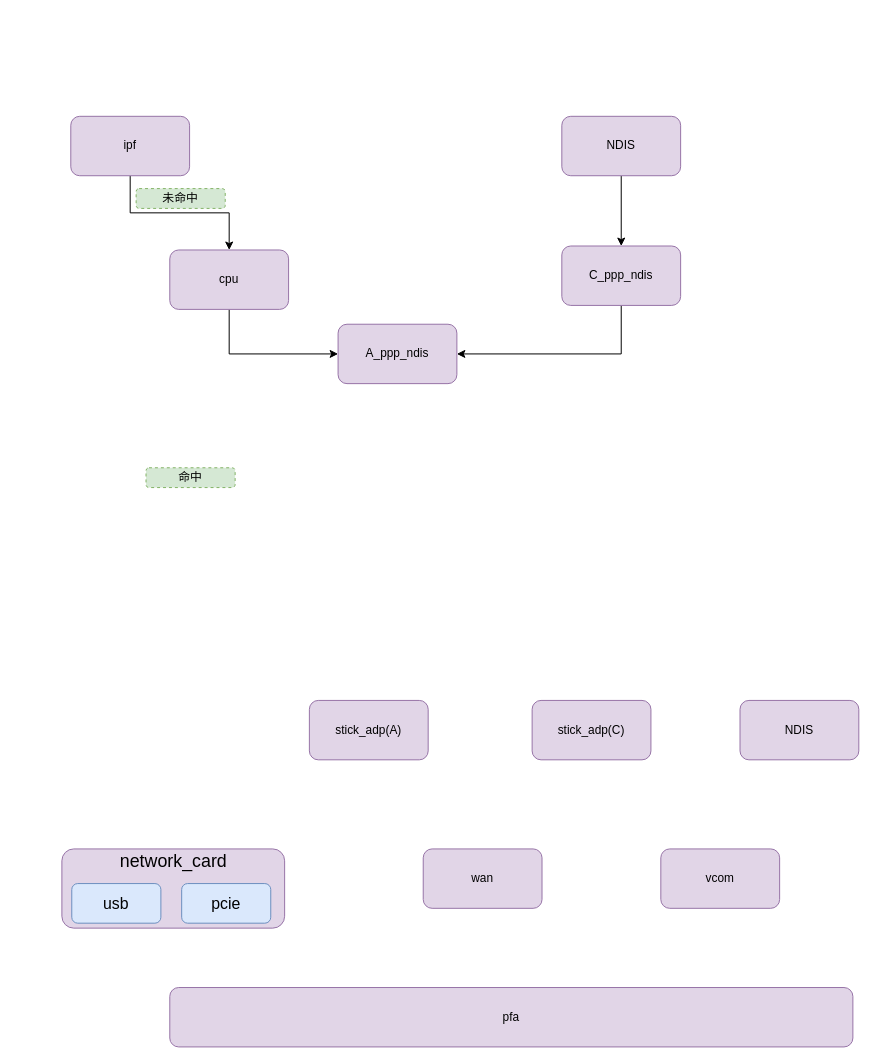
Before: Untitled Diagram.drawio in liuhongkang/images, a draw.io diagram. Source tidied: cells renumbered, new cells numbered last; positions are measured from the earlier drawing's top-left corner, leaving out a move shared by most shapes. Both pictures are drawn from the tidied source at 99%, with x=0, y=0 at pixel (61, 116).
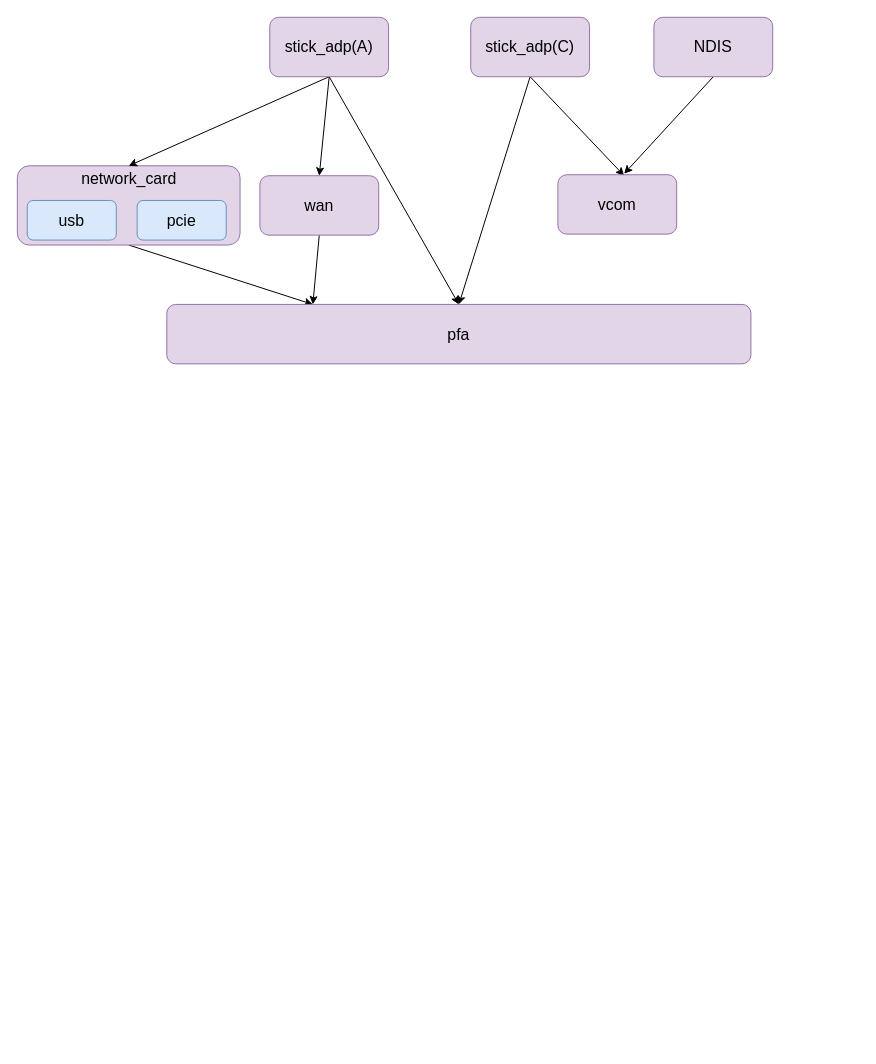
The same diagram, later.

Commit message:
多网卡模块架构图更新.drawio

What changed in the source:
```diff
@@
-    <mxCell id="2" style="edgeStyle=orthogonalEdgeStyle;rounded=0;jettySize=auto;html=1;exitX=0.5;exitY=1;exitDx=0;exitDy=0;" parent="1" edge="1" source="3" target="5">
-      <mxGeometry relative="1" as="geometry" />
-    </mxCell>
-    <mxCell id="3" value="NDIS" style="rounded=1;whiteSpace=wrap;html=1;fillColor=#e1d5e7;strokeColor=#9673a6;" parent="1" vertex="1">
-      <mxGeometry x="505" width="120" height="60" as="geometry" />
-    </mxCell>
-    <mxCell id="4" style="edgeStyle=orthogonalEdgeStyle;rounded=0;jettySize=auto;html=1;exitX=0.5;exitY=1;exitDx=0;exitDy=0;entryX=1;entryY=0.5;entryDx=0;entryDy=0;" parent="1" edge="1" source="5" target="10">
-      <mxGeometry relative="1" as="geometry" />
-    </mxCell>
-    <mxCell id="5" value="C_ppp_ndis" style="rounded=1;whiteSpace=wrap;html=1;fillColor=#e1d5e7;strokeColor=#9673a6;" parent="1" vertex="1">
-      <mxGeometry x="505" y="131" width="120" height="60" as="geometry" />
-    </mxCell>
-    <mxCell id="6" style="edgeStyle=orthogonalEdgeStyle;rounded=0;jettySize=auto;html=1;exitX=0.5;exitY=1;exitDx=0;exitDy=0;entryX=0.5;entryY=0;entryDx=0;entryDy=0;" parent="1" edge="1" source="7" target="9">
-      <mxGeometry relative="1" as="geometry" />
-    </mxCell>
-    <mxCell id="7" value="ipf" style="rounded=1;whiteSpace=wrap;html=1;fillColor=#e1d5e7;strokeColor=#9673a6;" parent="1" vertex="1">
-      <mxGeometry x="9" width="120" height="60" as="geometry" />
-    </mxCell>
-    <mxCell id="8" style="edgeStyle=orthogonalEdgeStyle;rounded=0;jettySize=auto;html=1;exitX=0.5;exitY=1;exitDx=0;exitDy=0;entryX=0;entryY=0.5;entryDx=0;entryDy=0;" parent="1" edge="1" source="9" target="10">
-      <mxGeometry relative="1" as="geometry" />
-    </mxCell>
-    <mxCell id="9" value="cpu" style="rounded=1;whiteSpace=wrap;html=1;fillColor=#e1d5e7;strokeColor=#9673a6;" parent="1" vertex="1">
-      <mxGeometry x="109" y="135" width="120" height="60" as="geometry" />
-    </mxCell>
-    <mxCell id="10" value="A_ppp_ndis" style="rounded=1;whiteSpace=wrap;html=1;fillColor=#e1d5e7;strokeColor=#9673a6;" parent="1" vertex="1">
-      <mxGeometry x="279" y="210" width="120" height="60" as="geometry" />
-    </mxCell>
+    <mxCell id="23" style="edgeStyle=none;rounded=0;jettySize=auto;html=1;exitX=0.5;exitY=1;exitDx=0;exitDy=0;entryX=0.25;entryY=0;entryDx=0;entryDy=0;" parent="1" edge="1" source="11" target="20">
+      <mxGeometry relative="1" as="geometry" />
+    </mxCell>
     <mxCell id="11" style="rounded=1;whiteSpace=wrap;html=1;fillColor=#e1d5e7;strokeColor=#9673a6;" parent="1" vertex="1">
-      <mxGeometry y="740" width="225" height="80" as="geometry" />
+      <mxGeometry x="-45" y="50" width="225" height="80" as="geometry" />
     </mxCell>
     <mxCell id="12" value="&lt;font style=&quot;font-size: 16px&quot;&gt;usb&lt;/font&gt;" style="rounded=1;whiteSpace=wrap;html=1;fillColor=#dae8fc;strokeColor=#6c8ebf;" parent="1" vertex="1">
-      <mxGeometry x="10" y="775" width="90" height="40" as="geometry" />
+      <mxGeometry x="-35" y="85" width="90" height="40" as="geometry" />
     </mxCell>
     <mxCell id="13" value="&lt;font style=&quot;font-size: 16px&quot;&gt;pcie&lt;/font&gt;" style="rounded=1;whiteSpace=wrap;html=1;fillColor=#dae8fc;strokeColor=#6c8ebf;" parent="1" vertex="1">
-      <mxGeometry x="121" y="775" width="90" height="40" as="geometry" />
+      <mxGeometry x="76" y="85" width="90" height="40" as="geometry" />
     </mxCell>
-    <mxCell id="14" value="&lt;font style=&quot;font-size: 18px&quot;&gt;network_card&lt;/font&gt;" style="rounded=1;whiteSpace=wrap;html=1;strokeColor=none;fillColor=none;" parent="1" vertex="1">
-      <mxGeometry x="54.5" y="740" width="116" height="26" as="geometry" />
+    <mxCell id="14" value="&lt;font style=&quot;font-size: 16px&quot;&gt;network_card&lt;/font&gt;" style="rounded=1;whiteSpace=wrap;html=1;strokeColor=none;fillColor=none;" parent="1" vertex="1">
+      <mxGeometry x="9.5" y="50" width="116" height="26" as="geometry" />
     </mxCell>
-    <mxCell id="15" value="&lt;font style=&quot;font-size: 12px&quot;&gt;未命中&lt;/font&gt;" style="rounded=1;whiteSpace=wrap;html=1;strokeColor=#82b366;fillColor=#d5e8d4;dashed=1;" parent="1" vertex="1">
-      <mxGeometry x="75" y="73" width="90" height="20" as="geometry" />
-    </mxCell>
-    <mxCell id="16" value="&lt;font style=&quot;font-size: 12px&quot;&gt;命中&lt;/font&gt;" style="rounded=1;whiteSpace=wrap;html=1;strokeColor=#82b366;fillColor=#d5e8d4;dashed=1;" parent="1" vertex="1">
-      <mxGeometry x="85" y="355" width="90" height="20" as="geometry" />
-    </mxCell>
+    <mxCell id="24" style="rounded=0;jettySize=auto;html=1;exitX=0.5;exitY=1;exitDx=0;exitDy=0;entryX=0.5;entryY=0;entryDx=0;entryDy=0;" parent="1" edge="1" source="17" target="14">
+      <mxGeometry relative="1" as="geometry" />
+    </mxCell>
+    <mxCell id="25" style="edgeStyle=none;rounded=0;jettySize=auto;html=1;exitX=0.5;exitY=1;exitDx=0;exitDy=0;entryX=0.5;entryY=0;entryDx=0;entryDy=0;" parent="1" edge="1" source="17" target="19">
+      <mxGeometry relative="1" as="geometry" />
+    </mxCell>
+    <mxCell id="26" style="edgeStyle=none;rounded=0;jettySize=auto;html=1;exitX=0.5;exitY=1;exitDx=0;exitDy=0;entryX=0.5;entryY=0;entryDx=0;entryDy=0;" parent="1" edge="1" source="17" target="20">
+      <mxGeometry relative="1" as="geometry" />
+    </mxCell>
-    <mxCell id="17" value="stick_adp(A)" style="rounded=1;whiteSpace=wrap;html=1;fillColor=#e1d5e7;strokeColor=#9673a6;" parent="1" vertex="1">
-      <mxGeometry x="250" y="590" width="120" height="60" as="geometry" />
+    <mxCell id="17" value="&lt;font style=&quot;font-size: 16px&quot;&gt;stick_adp(A)&lt;/font&gt;" style="rounded=1;whiteSpace=wrap;html=1;fillColor=#e1d5e7;strokeColor=#9673a6;" parent="1" vertex="1">
+      <mxGeometry x="210" y="-100" width="120" height="60" as="geometry" />
     </mxCell>
+    <mxCell id="27" style="edgeStyle=none;rounded=0;jettySize=auto;html=1;exitX=0.5;exitY=1;exitDx=0;exitDy=0;entryX=0.5;entryY=0;entryDx=0;entryDy=0;" parent="1" edge="1" source="18" target="20">
+      <mxGeometry relative="1" as="geometry" />
+    </mxCell>
+    <mxCell id="28" style="edgeStyle=none;rounded=0;jettySize=auto;html=1;exitX=0.5;exitY=1;exitDx=0;exitDy=0;entryX=0.558;entryY=0.017;entryDx=0;entryDy=0;entryPerimeter=0;" parent="1" edge="1" source="18" target="22">
+      <mxGeometry relative="1" as="geometry" />
+    </mxCell>
-    <mxCell id="18" value="stick_adp(C)" style="rounded=1;whiteSpace=wrap;html=1;fillColor=#e1d5e7;strokeColor=#9673a6;" parent="1" vertex="1">
-      <mxGeometry x="475" y="590" width="120" height="60" as="geometry" />
+    <mxCell id="18" value="&lt;font style=&quot;font-size: 16px&quot;&gt;stick_adp(C)&lt;/font&gt;" style="rounded=1;whiteSpace=wrap;html=1;fillColor=#e1d5e7;strokeColor=#9673a6;" parent="1" vertex="1">
+      <mxGeometry x="413" y="-100" width="120" height="60" as="geometry" />
     </mxCell>
+    <mxCell id="29" style="edgeStyle=none;rounded=0;jettySize=auto;html=1;exitX=0.5;exitY=1;exitDx=0;exitDy=0;entryX=0.25;entryY=0;entryDx=0;entryDy=0;" parent="1" edge="1" source="19" target="20">
+      <mxGeometry relative="1" as="geometry" />
+    </mxCell>
-    <mxCell id="19" value="wan" style="rounded=1;whiteSpace=wrap;html=1;fillColor=#e1d5e7;strokeColor=#9673a6;" parent="1" vertex="1">
-      <mxGeometry x="365" y="740" width="120" height="60" as="geometry" />
+    <mxCell id="19" value="&lt;font style=&quot;font-size: 16px&quot;&gt;wan&lt;/font&gt;" style="rounded=1;whiteSpace=wrap;html=1;fillColor=#e1d5e7;strokeColor=#9673a6;" parent="1" vertex="1">
+      <mxGeometry x="200" y="60" width="120" height="60" as="geometry" />
     </mxCell>
-    <mxCell id="20" value="pfa" style="rounded=1;whiteSpace=wrap;html=1;fillColor=#e1d5e7;strokeColor=#9673a6;" parent="1" vertex="1">
-      <mxGeometry x="109" y="880" width="690" height="60" as="geometry" />
+    <mxCell id="20" value="&lt;font style=&quot;font-size: 16px&quot;&gt;pfa&lt;/font&gt;" style="rounded=1;whiteSpace=wrap;html=1;fillColor=#e1d5e7;strokeColor=#9673a6;" parent="1" vertex="1">
+      <mxGeometry x="106" y="190" width="590" height="60" as="geometry" />
     </mxCell>
+    <mxCell id="30" style="edgeStyle=none;rounded=0;jettySize=auto;html=1;exitX=0.5;exitY=1;exitDx=0;exitDy=0;entryX=0.558;entryY=-0.017;entryDx=0;entryDy=0;entryPerimeter=0;" parent="1" edge="1" source="21" target="22">
+      <mxGeometry relative="1" as="geometry" />
+    </mxCell>
-    <mxCell id="21" value="NDIS" style="rounded=1;whiteSpace=wrap;html=1;fillColor=#e1d5e7;strokeColor=#9673a6;" parent="1" vertex="1">
-      <mxGeometry x="685" y="590" width="120" height="60" as="geometry" />
+    <mxCell id="21" value="&lt;font style=&quot;font-size: 16px&quot;&gt;NDIS&lt;/font&gt;" style="rounded=1;whiteSpace=wrap;html=1;fillColor=#e1d5e7;strokeColor=#9673a6;" parent="1" vertex="1">
+      <mxGeometry x="598" y="-100" width="120" height="60" as="geometry" />
     </mxCell>
-    <mxCell id="22" value="vcom" style="rounded=1;whiteSpace=wrap;html=1;fillColor=#e1d5e7;strokeColor=#9673a6;" parent="1" vertex="1">
-      <mxGeometry x="605" y="740" width="120" height="60" as="geometry" />
+    <mxCell id="22" value="&lt;font style=&quot;font-size: 16px&quot;&gt;vcom&lt;/font&gt;" style="rounded=1;whiteSpace=wrap;html=1;fillColor=#e1d5e7;strokeColor=#9673a6;" parent="1" vertex="1">
+      <mxGeometry x="501" y="59" width="120" height="60" as="geometry" />
     </mxCell>
```
